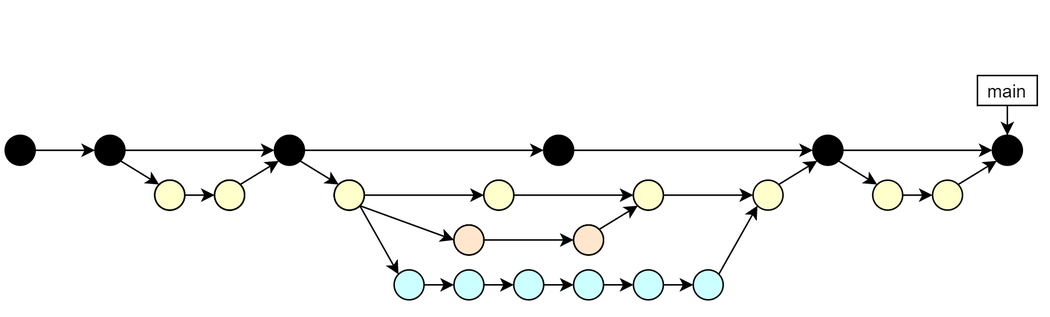
Before: GitHub-trainings/github-pr-training/latex-slides/img/dime-gitflow-network.png, a diagram exported from draw.io (worldbank/dime-github-trainings). Source tidied: cells renumbered, new cells last; positions are measured from the earlier drawing's top-left corner, leaving out a move shared by most shapes.
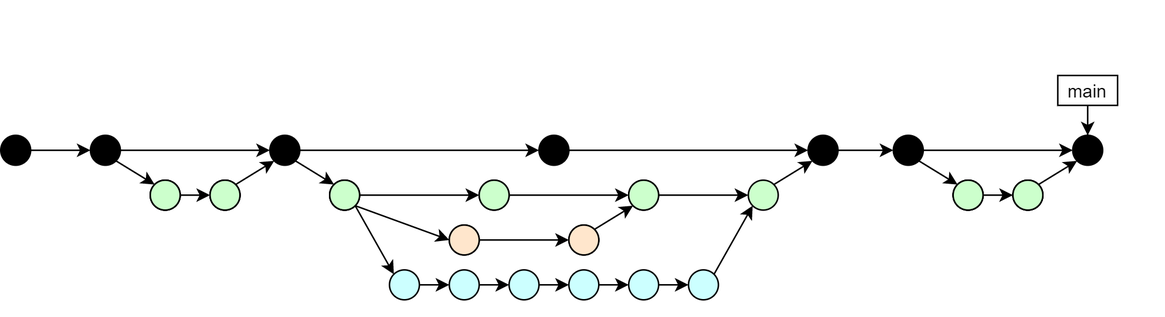
The same diagram one commit later.

Commit message:
[pr] network graph correct color

What changed in the source:
```diff
@@ -20,21 +20,20 @@
     <mxCell id="6" style="ellipse;whiteSpace=wrap;html=1;fillColor=#000000;" parent="1" vertex="1">
       <mxGeometry x="183" y="90" width="20" height="20" as="geometry" />
     </mxCell>
-    <mxCell id="7" style="edgeStyle=orthogonalEdgeStyle;rounded=0;jettySize=auto;html=1;entryX=0.5;entryY=0;entryDx=0;entryDy=0;" parent="1" edge="1" source="8" target="11">
-      <mxGeometry relative="1" as="geometry" />
+    <mxCell id="7" style="edgeStyle=orthogonalEdgeStyle;rounded=0;jettySize=auto;html=1;entryX=0.5;entryY=0;entryDx=0;entryDy=0;" parent="1" edge="1" source="8">
+      <mxGeometry relative="1" as="geometry">
+        <mxPoint x="730" y="90" as="targetPoint" />
+      </mxGeometry>
     </mxCell>
     <mxCell id="8" value="main" style="rounded=0;whiteSpace=wrap;html=1;" parent="1" vertex="1">
-      <mxGeometry x="653" y="50" width="40" height="20" as="geometry" />
+      <mxGeometry x="710" y="50" width="40" height="20" as="geometry" />
     </mxCell>
-    <mxCell id="9" style="edgeStyle=orthogonalEdgeStyle;rounded=0;jettySize=auto;html=1;exitX=1;exitY=0.5;exitDx=0;exitDy=0;entryX=0;entryY=0.5;entryDx=0;entryDy=0;" parent="1" edge="1" source="10" target="11">
-      <mxGeometry relative="1" as="geometry" />
-    </mxCell>
+    <mxCell id="64" style="edgeStyle=orthogonalEdgeStyle;rounded=0;jettySize=auto;html=1;exitX=1;exitY=0.5;exitDx=0;exitDy=0;entryX=0;entryY=0.5;entryDx=0;entryDy=0;" parent="1" edge="1" source="10" target="66">
+      <mxGeometry relative="1" as="geometry" />
+    </mxCell>
     <mxCell id="10" style="ellipse;whiteSpace=wrap;html=1;fillColor=#000000;" parent="1" vertex="1">
       <mxGeometry x="543" y="90" width="20" height="20" as="geometry" />
     </mxCell>
-    <mxCell id="11" style="ellipse;whiteSpace=wrap;html=1;fillColor=#000000;" parent="1" vertex="1">
-      <mxGeometry x="663" y="90" width="20" height="20" as="geometry" />
-    </mxCell>
     <mxCell id="12" style="edgeStyle=orthogonalEdgeStyle;rounded=0;jettySize=auto;html=1;exitX=1;exitY=0.5;exitDx=0;exitDy=0;entryX=0;entryY=0.5;entryDx=0;entryDy=0;" parent="1" edge="1" source="13" target="14">
       <mxGeometry relative="1" as="geometry" />
     </mxCell>
@@ -134,7 +133,7 @@
     <mxCell id="44" style="ellipse;whiteSpace=wrap;html=1;fillColor=#CCFFFF;" parent="1" vertex="1">
       <mxGeometry x="463" y="180" width="20" height="20" as="geometry" />
     </mxCell>
-    <mxCell id="45" style="ellipse;whiteSpace=wrap;html=1;fillColor=#FFFFCC;" parent="1" vertex="1">
+    <mxCell id="45" style="ellipse;whiteSpace=wrap;html=1;fillColor=#CCFFCC;" parent="1" vertex="1">
       <mxGeometry x="503" y="120" width="20" height="20" as="geometry" />
     </mxCell>
     <mxCell id="46" style="endArrow=classic;html=1;exitX=1;exitY=0;exitDx=0;exitDy=0;entryX=0;entryY=1;entryDx=0;entryDy=0;" parent="1" edge="1" source="45" target="10">
@@ -143,21 +142,6 @@
     <mxCell id="47" style="endArrow=classic;html=1;exitX=1;exitY=0;exitDx=0;exitDy=0;entryX=0;entryY=1;entryDx=0;entryDy=0;" parent="1" edge="1" source="44" target="45">
       <mxGeometry relative="1" as="geometry" />
     </mxCell>
-    <mxCell id="48" style="edgeStyle=orthogonalEdgeStyle;rounded=0;jettySize=auto;html=1;exitX=1;exitY=0.5;exitDx=0;exitDy=0;entryX=0;entryY=0.5;entryDx=0;entryDy=0;" parent="1" edge="1" source="49" target="50">
-      <mxGeometry relative="1" as="geometry" />
-    </mxCell>
-    <mxCell id="49" style="ellipse;whiteSpace=wrap;html=1;fillColor=#FFFFCC;" parent="1" vertex="1">
-      <mxGeometry x="583" y="120" width="20" height="20" as="geometry" />
-    </mxCell>
-    <mxCell id="50" style="ellipse;whiteSpace=wrap;html=1;fillColor=#FFFFCC;" parent="1" vertex="1">
-      <mxGeometry x="623" y="120" width="20" height="20" as="geometry" />
-    </mxCell>
-    <mxCell id="51" style="endArrow=classic;html=1;exitX=1;exitY=1;exitDx=0;exitDy=0;entryX=0;entryY=0;entryDx=0;entryDy=0;" parent="1" edge="1" source="10" target="49">
-      <mxGeometry relative="1" as="geometry" />
-    </mxCell>
-    <mxCell id="52" style="endArrow=classic;html=1;exitX=1;exitY=0;exitDx=0;exitDy=0;entryX=0;entryY=1;entryDx=0;entryDy=0;" parent="1" edge="1" source="50" target="11">
-      <mxGeometry relative="1" as="geometry" />
-    </mxCell>
     <mxCell id="53" style="ellipse;whiteSpace=wrap;html=1;fillColor=#FFFFCC;" parent="1" vertex="1">
       <mxGeometry x="103" y="120" width="20" height="20" as="geometry" />
     </mxCell>
@@ -175,24 +159,60 @@
     </mxCell>
     <mxCell id="58" style="endArrow=none;html=1;fillColor=#FFFFFF;opacity=0;strokeColor=none;" parent="1" edge="1">
       <mxGeometry relative="1" as="geometry">
-        <mxPoint y="5" as="sourcePoint" />
-        <mxPoint x="700" y="5" as="targetPoint" />
+        <mxPoint x="80" y="89.3" as="sourcePoint" />
+        <mxPoint x="780" y="89.3" as="targetPoint" />
       </mxGeometry>
     </mxCell>
-    <mxCell id="59" style="ellipse;whiteSpace=wrap;html=1;fillColor=#FFFFCC;" parent="1" vertex="1">
+    <mxCell id="59" style="ellipse;whiteSpace=wrap;html=1;fillColor=#CCFFCC;" parent="1" vertex="1">
       <mxGeometry x="103" y="120" width="20" height="20" as="geometry" />
     </mxCell>
-    <mxCell id="60" style="ellipse;whiteSpace=wrap;html=1;fillColor=#FFFFCC;" parent="1" vertex="1">
+    <mxCell id="60" style="ellipse;whiteSpace=wrap;html=1;fillColor=#CCFFCC;" parent="1" vertex="1">
       <mxGeometry x="143" y="120" width="20" height="20" as="geometry" />
     </mxCell>
-    <mxCell id="61" style="ellipse;whiteSpace=wrap;html=1;fillColor=#FFFFCC;" parent="1" vertex="1">
+    <mxCell id="61" style="ellipse;whiteSpace=wrap;html=1;fillColor=#CCFFCC;" parent="1" vertex="1">
       <mxGeometry x="223" y="120" width="20" height="20" as="geometry" />
     </mxCell>
-    <mxCell id="62" style="ellipse;whiteSpace=wrap;html=1;fillColor=#FFFFCC;" parent="1" vertex="1">
+    <mxCell id="62" style="ellipse;whiteSpace=wrap;html=1;fillColor=#CCFFCC;" parent="1" vertex="1">
       <mxGeometry x="323" y="120" width="20" height="20" as="geometry" />
     </mxCell>
-    <mxCell id="63" style="ellipse;whiteSpace=wrap;html=1;fillColor=#FFFFCC;" parent="1" vertex="1">
+    <mxCell id="63" style="ellipse;whiteSpace=wrap;html=1;fillColor=#CCFFCC;" parent="1" vertex="1">
       <mxGeometry x="423" y="120" width="20" height="20" as="geometry" />
     </mxCell>
+    <mxCell id="65" style="edgeStyle=orthogonalEdgeStyle;rounded=0;jettySize=auto;html=1;exitX=1;exitY=0.5;exitDx=0;exitDy=0;entryX=0;entryY=0.5;entryDx=0;entryDy=0;" parent="1" edge="1" source="66" target="67">
+      <mxGeometry relative="1" as="geometry" />
+    </mxCell>
+    <mxCell id="66" style="ellipse;whiteSpace=wrap;html=1;fillColor=#000000;" parent="1" vertex="1">
+      <mxGeometry x="600" y="90" width="20" height="20" as="geometry" />
+    </mxCell>
+    <mxCell id="67" style="ellipse;whiteSpace=wrap;html=1;fillColor=#000000;" parent="1" vertex="1">
+      <mxGeometry x="720" y="90" width="20" height="20" as="geometry" />
+    </mxCell>
+    <mxCell id="68" style="edgeStyle=orthogonalEdgeStyle;rounded=0;jettySize=auto;html=1;exitX=1;exitY=0.5;exitDx=0;exitDy=0;entryX=0;entryY=0.5;entryDx=0;entryDy=0;" parent="1" edge="1" source="69" target="70">
+      <mxGeometry relative="1" as="geometry" />
+    </mxCell>
+    <mxCell id="69" style="ellipse;whiteSpace=wrap;html=1;" parent="1" vertex="1">
+      <mxGeometry x="640" y="120" width="20" height="20" as="geometry" />
+    </mxCell>
+    <mxCell id="70" style="ellipse;whiteSpace=wrap;html=1;" parent="1" vertex="1">
+      <mxGeometry x="680" y="120" width="20" height="20" as="geometry" />
+    </mxCell>
+    <mxCell id="71" style="endArrow=classic;html=1;exitX=1;exitY=0;exitDx=0;exitDy=0;entryX=0;entryY=1;entryDx=0;entryDy=0;" parent="1" edge="1" source="70" target="67">
+      <mxGeometry relative="1" as="geometry" />
+    </mxCell>
+    <mxCell id="72" style="endArrow=classic;html=1;exitX=1;exitY=1;exitDx=0;exitDy=0;entryX=0;entryY=0;entryDx=0;entryDy=0;" parent="1" edge="1" source="66" target="69">
+      <mxGeometry relative="1" as="geometry" />
+    </mxCell>
+    <mxCell id="73" style="ellipse;whiteSpace=wrap;html=1;fillColor=#FFFFCC;" parent="1" vertex="1">
+      <mxGeometry x="640" y="120" width="20" height="20" as="geometry" />
+    </mxCell>
+    <mxCell id="74" style="ellipse;whiteSpace=wrap;html=1;fillColor=#FFFFCC;" parent="1" vertex="1">
+      <mxGeometry x="680" y="120" width="20" height="20" as="geometry" />
+    </mxCell>
+    <mxCell id="75" style="ellipse;whiteSpace=wrap;html=1;fillColor=#CCFFCC;" parent="1" vertex="1">
+      <mxGeometry x="640" y="120" width="20" height="20" as="geometry" />
+    </mxCell>
+    <mxCell id="76" style="ellipse;whiteSpace=wrap;html=1;fillColor=#CCFFCC;" parent="1" vertex="1">
+      <mxGeometry x="680" y="120" width="20" height="20" as="geometry" />
+    </mxCell>
   </root>
 </mxGraphModel>
```
